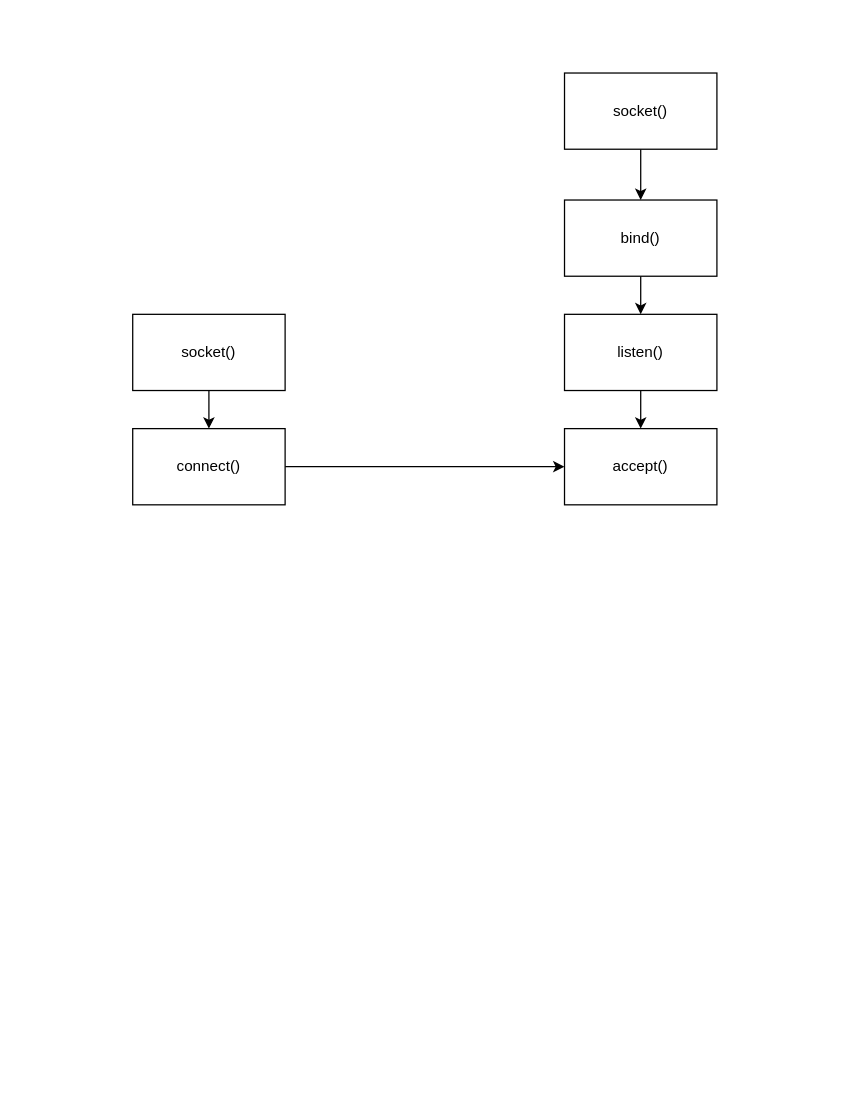
Earlier version of the draw.io diagram socket.drawio (catface996/images). Source tidied: cells renumbered, new cells numbered last; positions are measured from the earlier drawing's top-left corner, leaving out a move shared by most shapes. Both pictures are drawn from the tidied source at 127%, with x=0, y=0 at pixel (132, 72).
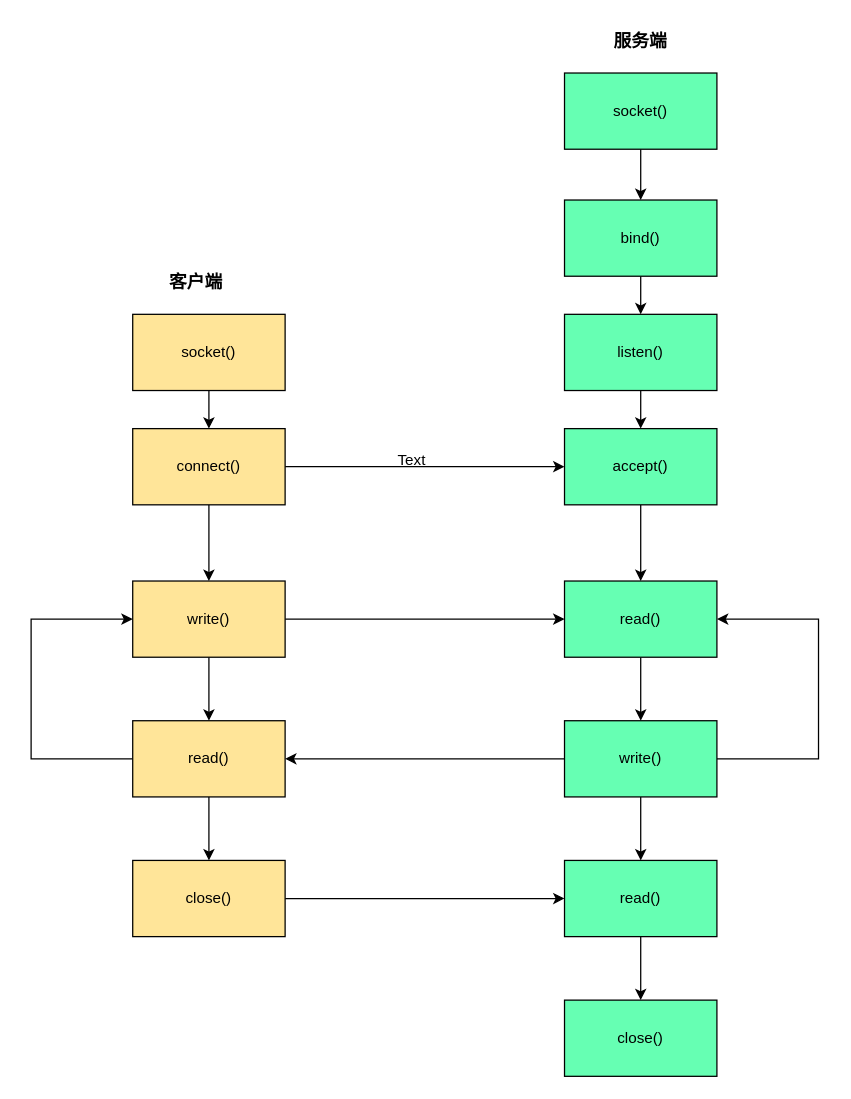
The same page after the edit.

What changed in the source:
```diff
@@
-    <mxCell id="2" style="edgeStyle=orthogonalEdgeStyle;rounded=0;jettySize=auto;html=1;entryX=0.5;entryY=0;entryDx=0;entryDy=0;" parent="1" edge="1" source="3" target="5">
+    <mxCell id="2" style="edgeStyle=orthogonalEdgeStyle;rounded=0;jettySize=auto;html=1;entryX=0.5;entryY=0;entryDx=0;entryDy=0;fillColor=#66FFB3;" parent="1" edge="1" source="3" target="5">
       <mxGeometry relative="1" as="geometry" />
     </mxCell>
-    <mxCell id="3" value="socket()" style="rounded=0;whiteSpace=wrap;html=1;" parent="1" vertex="1">
+    <mxCell id="3" value="socket()" style="rounded=0;whiteSpace=wrap;html=1;fillColor=#66FFB3;" parent="1" vertex="1">
       <mxGeometry x="340" width="120" height="60" as="geometry" />
     </mxCell>
-    <mxCell id="4" style="edgeStyle=orthogonalEdgeStyle;rounded=0;jettySize=auto;html=1;entryX=0.5;entryY=0;entryDx=0;entryDy=0;" parent="1" edge="1" source="5" target="7">
+    <mxCell id="4" style="edgeStyle=orthogonalEdgeStyle;rounded=0;jettySize=auto;html=1;entryX=0.5;entryY=0;entryDx=0;entryDy=0;fillColor=#66FFB3;" parent="1" edge="1" source="5" target="7">
       <mxGeometry relative="1" as="geometry" />
     </mxCell>
-    <mxCell id="5" value="bind()" style="rounded=0;whiteSpace=wrap;html=1;" parent="1" vertex="1">
+    <mxCell id="5" value="bind()" style="rounded=0;whiteSpace=wrap;html=1;fillColor=#66FFB3;" parent="1" vertex="1">
       <mxGeometry x="340" y="100" width="120" height="60" as="geometry" />
     </mxCell>
-    <mxCell id="6" style="edgeStyle=orthogonalEdgeStyle;rounded=0;jettySize=auto;html=1;entryX=0.5;entryY=0;entryDx=0;entryDy=0;" parent="1" edge="1" source="7" target="8">
+    <mxCell id="6" style="edgeStyle=orthogonalEdgeStyle;rounded=0;jettySize=auto;html=1;entryX=0.5;entryY=0;entryDx=0;entryDy=0;fillColor=#66FFB3;" parent="1" edge="1" source="7" target="8">
       <mxGeometry relative="1" as="geometry" />
     </mxCell>
-    <mxCell id="7" value="listen()" style="rounded=0;whiteSpace=wrap;html=1;" parent="1" vertex="1">
+    <mxCell id="7" value="listen()" style="rounded=0;whiteSpace=wrap;html=1;fillColor=#66FFB3;" parent="1" vertex="1">
       <mxGeometry x="340" y="190" width="120" height="60" as="geometry" />
     </mxCell>
+    <mxCell id="13" style="edgeStyle=orthogonalEdgeStyle;rounded=0;jettySize=auto;html=1;fillColor=#66FFB3;" parent="1" edge="1" source="8" target="19">
+      <mxGeometry relative="1" as="geometry" />
+    </mxCell>
-    <mxCell id="8" value="accept()" style="rounded=0;whiteSpace=wrap;html=1;" parent="1" vertex="1">
+    <mxCell id="8" value="accept()" style="rounded=0;whiteSpace=wrap;html=1;fillColor=#66FFB3;" parent="1" vertex="1">
       <mxGeometry x="340" y="280" width="120" height="60" as="geometry" />
     </mxCell>
-    <mxCell id="9" style="edgeStyle=orthogonalEdgeStyle;rounded=0;jettySize=auto;html=1;entryX=0.5;entryY=0;entryDx=0;entryDy=0;" parent="1" edge="1" source="10" target="12">
+    <mxCell id="9" style="edgeStyle=orthogonalEdgeStyle;rounded=0;jettySize=auto;html=1;entryX=0.5;entryY=0;entryDx=0;entryDy=0;fillColor=#FFE599;" parent="1" edge="1" source="10" target="12">
       <mxGeometry relative="1" as="geometry" />
     </mxCell>
-    <mxCell id="10" value="socket()" style="rounded=0;whiteSpace=wrap;html=1;" parent="1" vertex="1">
+    <mxCell id="10" value="socket()" style="rounded=0;whiteSpace=wrap;html=1;fillColor=#FFE599;" parent="1" vertex="1">
       <mxGeometry y="190" width="120" height="60" as="geometry" />
     </mxCell>
@@
+    <mxCell id="14" style="edgeStyle=orthogonalEdgeStyle;rounded=0;jettySize=auto;html=1;entryX=0.5;entryY=0;entryDx=0;entryDy=0;fillColor=#FFE599;" parent="1" edge="1" source="12" target="17">
+      <mxGeometry relative="1" as="geometry" />
+    </mxCell>
-    <mxCell id="12" value="connect()" style="rounded=0;whiteSpace=wrap;html=1;" parent="1" vertex="1">
+    <mxCell id="12" value="connect()" style="rounded=0;whiteSpace=wrap;html=1;fillColor=#FFE599;" parent="1" vertex="1">
       <mxGeometry y="280" width="120" height="60" as="geometry" />
     </mxCell>
+    <mxCell id="15" style="edgeStyle=orthogonalEdgeStyle;rounded=0;jettySize=auto;html=1;entryX=0;entryY=0.5;entryDx=0;entryDy=0;" parent="1" edge="1" source="17" target="19">
+      <mxGeometry relative="1" as="geometry" />
+    </mxCell>
+    <mxCell id="16" style="edgeStyle=orthogonalEdgeStyle;rounded=0;jettySize=auto;html=1;entryX=0.5;entryY=0;entryDx=0;entryDy=0;fillColor=#FFE599;" parent="1" edge="1" source="17" target="26">
+      <mxGeometry relative="1" as="geometry" />
+    </mxCell>
+    <mxCell id="17" value="write()" style="rounded=0;whiteSpace=wrap;html=1;fillColor=#FFE599;" parent="1" vertex="1">
+      <mxGeometry y="400" width="120" height="60" as="geometry" />
+    </mxCell>
+    <mxCell id="18" style="edgeStyle=orthogonalEdgeStyle;rounded=0;jettySize=auto;html=1;entryX=0.5;entryY=0;entryDx=0;entryDy=0;fillColor=#66FFB3;" parent="1" edge="1" source="19" target="23">
+      <mxGeometry relative="1" as="geometry" />
+    </mxCell>
+    <mxCell id="19" value="read()" style="rounded=0;whiteSpace=wrap;html=1;fillColor=#66FFB3;" parent="1" vertex="1">
+      <mxGeometry x="340" y="400" width="120" height="60" as="geometry" />
+    </mxCell>
+    <mxCell id="20" style="edgeStyle=orthogonalEdgeStyle;rounded=0;jettySize=auto;html=1;" parent="1" edge="1" source="23" target="26">
+      <mxGeometry relative="1" as="geometry" />
+    </mxCell>
+    <mxCell id="21" style="edgeStyle=orthogonalEdgeStyle;rounded=0;jettySize=auto;html=1;entryX=1;entryY=0.5;entryDx=0;entryDy=0;" parent="1" edge="1" source="23" target="19">
+      <mxGeometry relative="1" as="geometry">
+        <Array as="points">
+          <mxPoint x="540" y="540" />
+          <mxPoint x="540" y="430" />
+        </Array>
+      </mxGeometry>
+    </mxCell>
+    <mxCell id="22" style="edgeStyle=orthogonalEdgeStyle;rounded=0;jettySize=auto;html=1;entryX=0.5;entryY=0;entryDx=0;entryDy=0;fillColor=#66FFB3;" parent="1" edge="1" source="23" target="30">
+      <mxGeometry relative="1" as="geometry" />
+    </mxCell>
+    <mxCell id="23" value="write()" style="rounded=0;whiteSpace=wrap;html=1;fillColor=#66FFB3;" parent="1" vertex="1">
+      <mxGeometry x="340" y="510" width="120" height="60" as="geometry" />
+    </mxCell>
+    <mxCell id="24" style="edgeStyle=orthogonalEdgeStyle;rounded=0;jettySize=auto;html=1;entryX=0;entryY=0.5;entryDx=0;entryDy=0;exitX=0;exitY=0.5;exitDx=0;exitDy=0;" parent="1" edge="1" source="26" target="17">
+      <mxGeometry relative="1" as="geometry">
+        <Array as="points">
+          <mxPoint x="-80" y="540" />
+          <mxPoint x="-80" y="430" />
+        </Array>
+      </mxGeometry>
+    </mxCell>
+    <mxCell id="25" style="edgeStyle=orthogonalEdgeStyle;rounded=0;jettySize=auto;html=1;entryX=0.5;entryY=0;entryDx=0;entryDy=0;fillColor=#FFE599;" parent="1" edge="1" source="26" target="28">
+      <mxGeometry relative="1" as="geometry" />
+    </mxCell>
+    <mxCell id="26" value="read()" style="rounded=0;whiteSpace=wrap;html=1;fillColor=#FFE599;" parent="1" vertex="1">
+      <mxGeometry y="510" width="120" height="60" as="geometry" />
+    </mxCell>
+    <mxCell id="27" style="edgeStyle=orthogonalEdgeStyle;rounded=0;jettySize=auto;html=1;" parent="1" edge="1" source="28" target="30">
+      <mxGeometry relative="1" as="geometry" />
+    </mxCell>
+    <mxCell id="28" value="close()" style="rounded=0;whiteSpace=wrap;html=1;fillColor=#FFE599;" parent="1" vertex="1">
+      <mxGeometry y="620" width="120" height="60" as="geometry" />
+    </mxCell>
+    <mxCell id="29" style="edgeStyle=orthogonalEdgeStyle;rounded=0;jettySize=auto;html=1;entryX=0.5;entryY=0;entryDx=0;entryDy=0;fillColor=#66FFB3;" parent="1" edge="1" source="30" target="31">
+      <mxGeometry relative="1" as="geometry" />
+    </mxCell>
+    <mxCell id="30" value="read()" style="rounded=0;whiteSpace=wrap;html=1;fillColor=#66FFB3;" parent="1" vertex="1">
+      <mxGeometry x="340" y="620" width="120" height="60" as="geometry" />
+    </mxCell>
+    <mxCell id="31" value="close()" style="rounded=0;whiteSpace=wrap;html=1;fillColor=#66FFB3;" parent="1" vertex="1">
+      <mxGeometry x="340" y="730" width="120" height="60" as="geometry" />
+    </mxCell>
+    <mxCell id="32" value="Text" style="text;html=1;strokeColor=none;fillColor=none;align=center;verticalAlign=middle;whiteSpace=wrap;rounded=0;" parent="1" vertex="1">
+      <mxGeometry x="190" y="290" width="60" height="30" as="geometry" />
+    </mxCell>
+    <mxCell id="33" value="&lt;b&gt;&lt;font style=&quot;font-size: 14px&quot;&gt;客户端&lt;/font&gt;&lt;/b&gt;" style="text;html=1;strokeColor=none;fillColor=none;align=center;verticalAlign=middle;whiteSpace=wrap;rounded=0;" parent="1" vertex="1">
+      <mxGeometry x="20" y="150" width="60" height="30" as="geometry" />
+    </mxCell>
+    <mxCell id="34" value="&lt;b&gt;&lt;font style=&quot;font-size: 14px&quot;&gt;服务端&lt;/font&gt;&lt;/b&gt;" style="text;html=1;strokeColor=none;fillColor=none;align=center;verticalAlign=middle;whiteSpace=wrap;rounded=0;" parent="1" vertex="1">
+      <mxGeometry x="370" y="-40" width="60" height="30" as="geometry" />
+    </mxCell>
```
